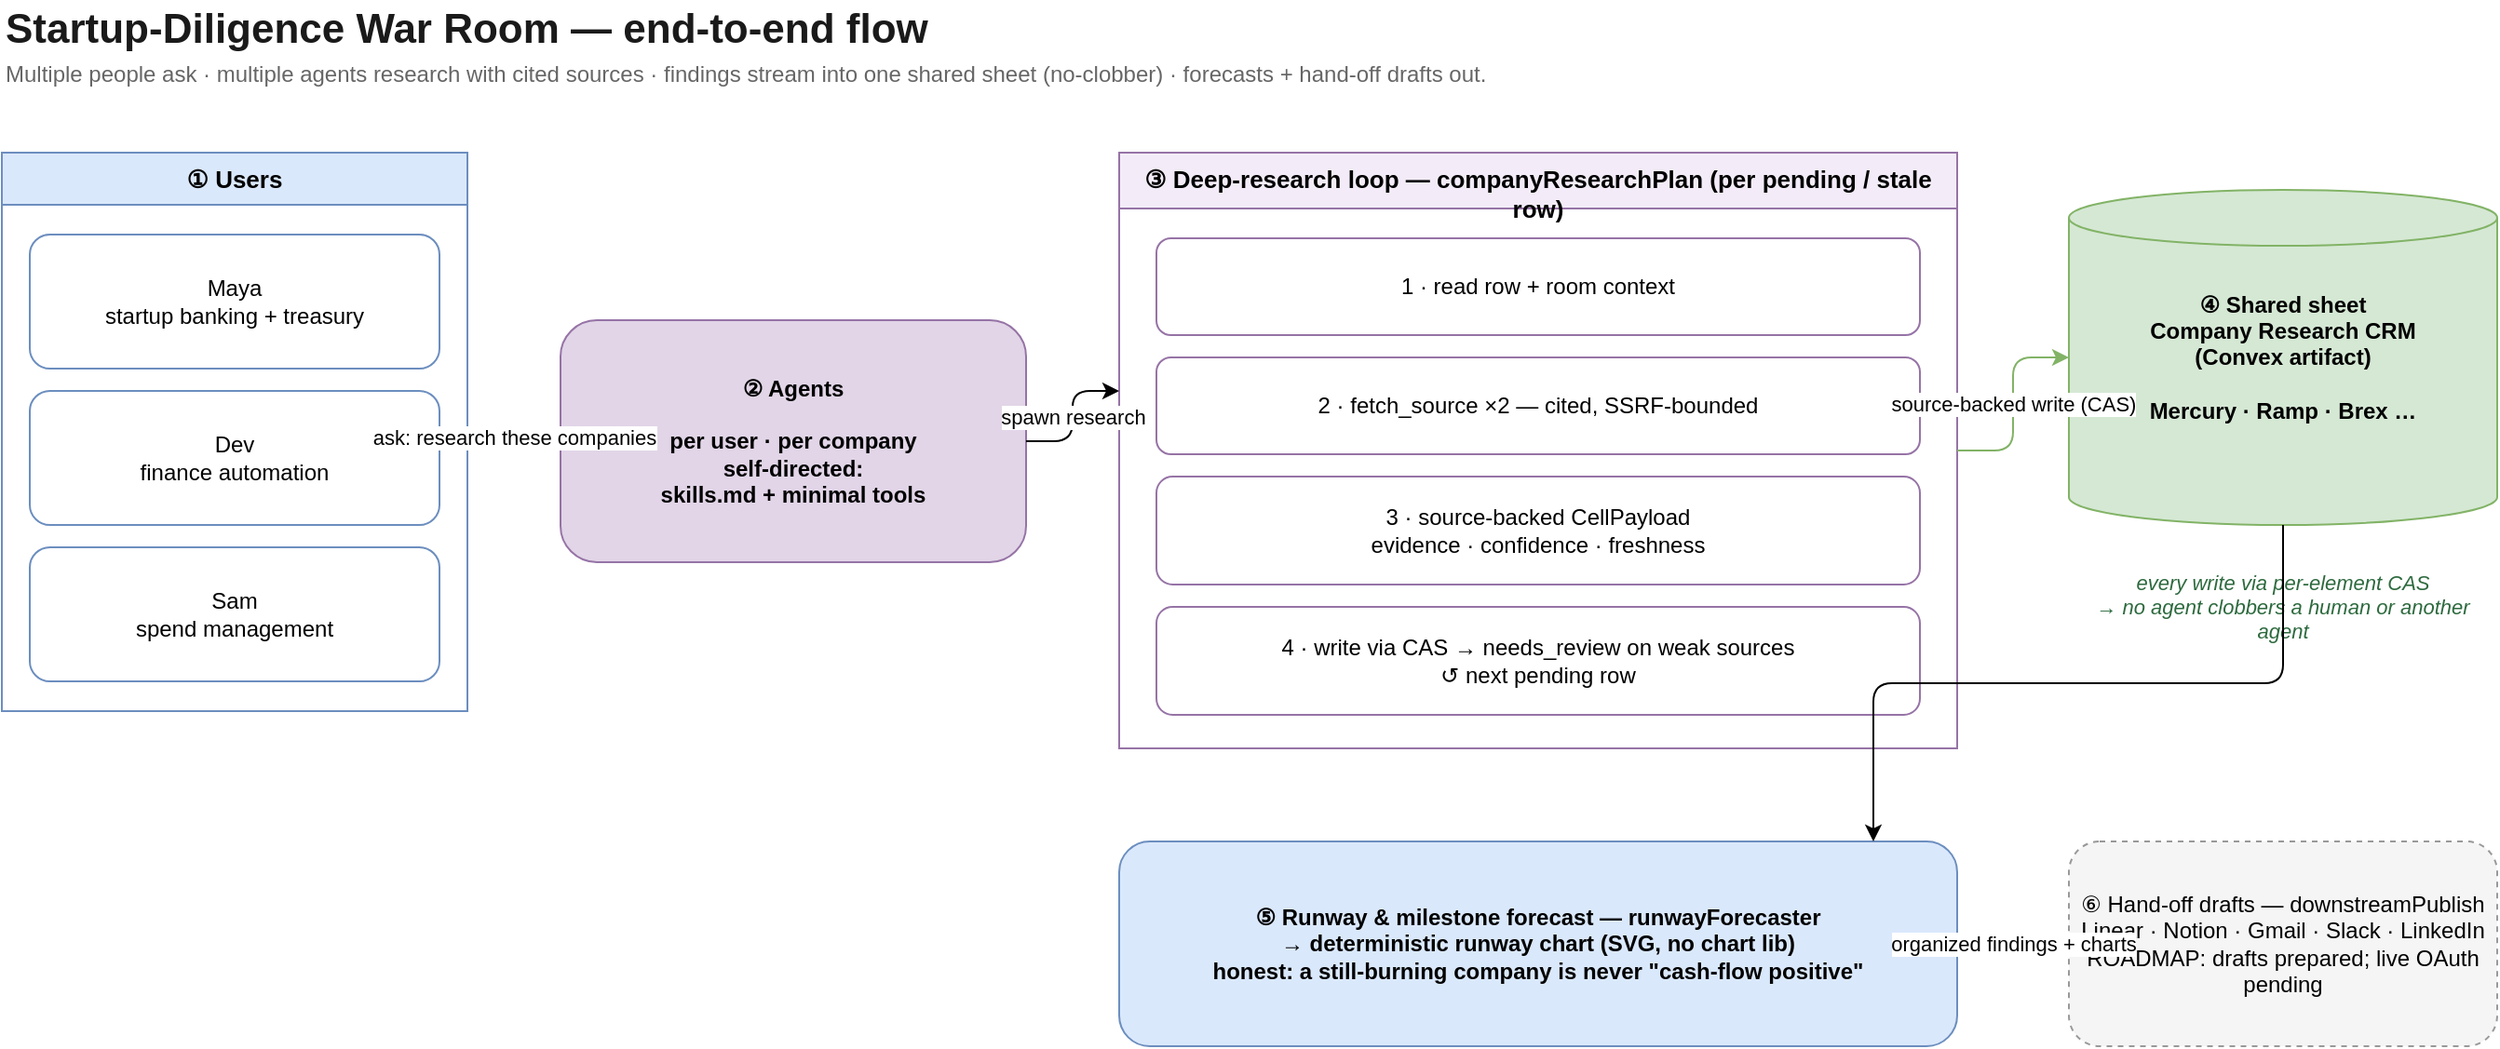
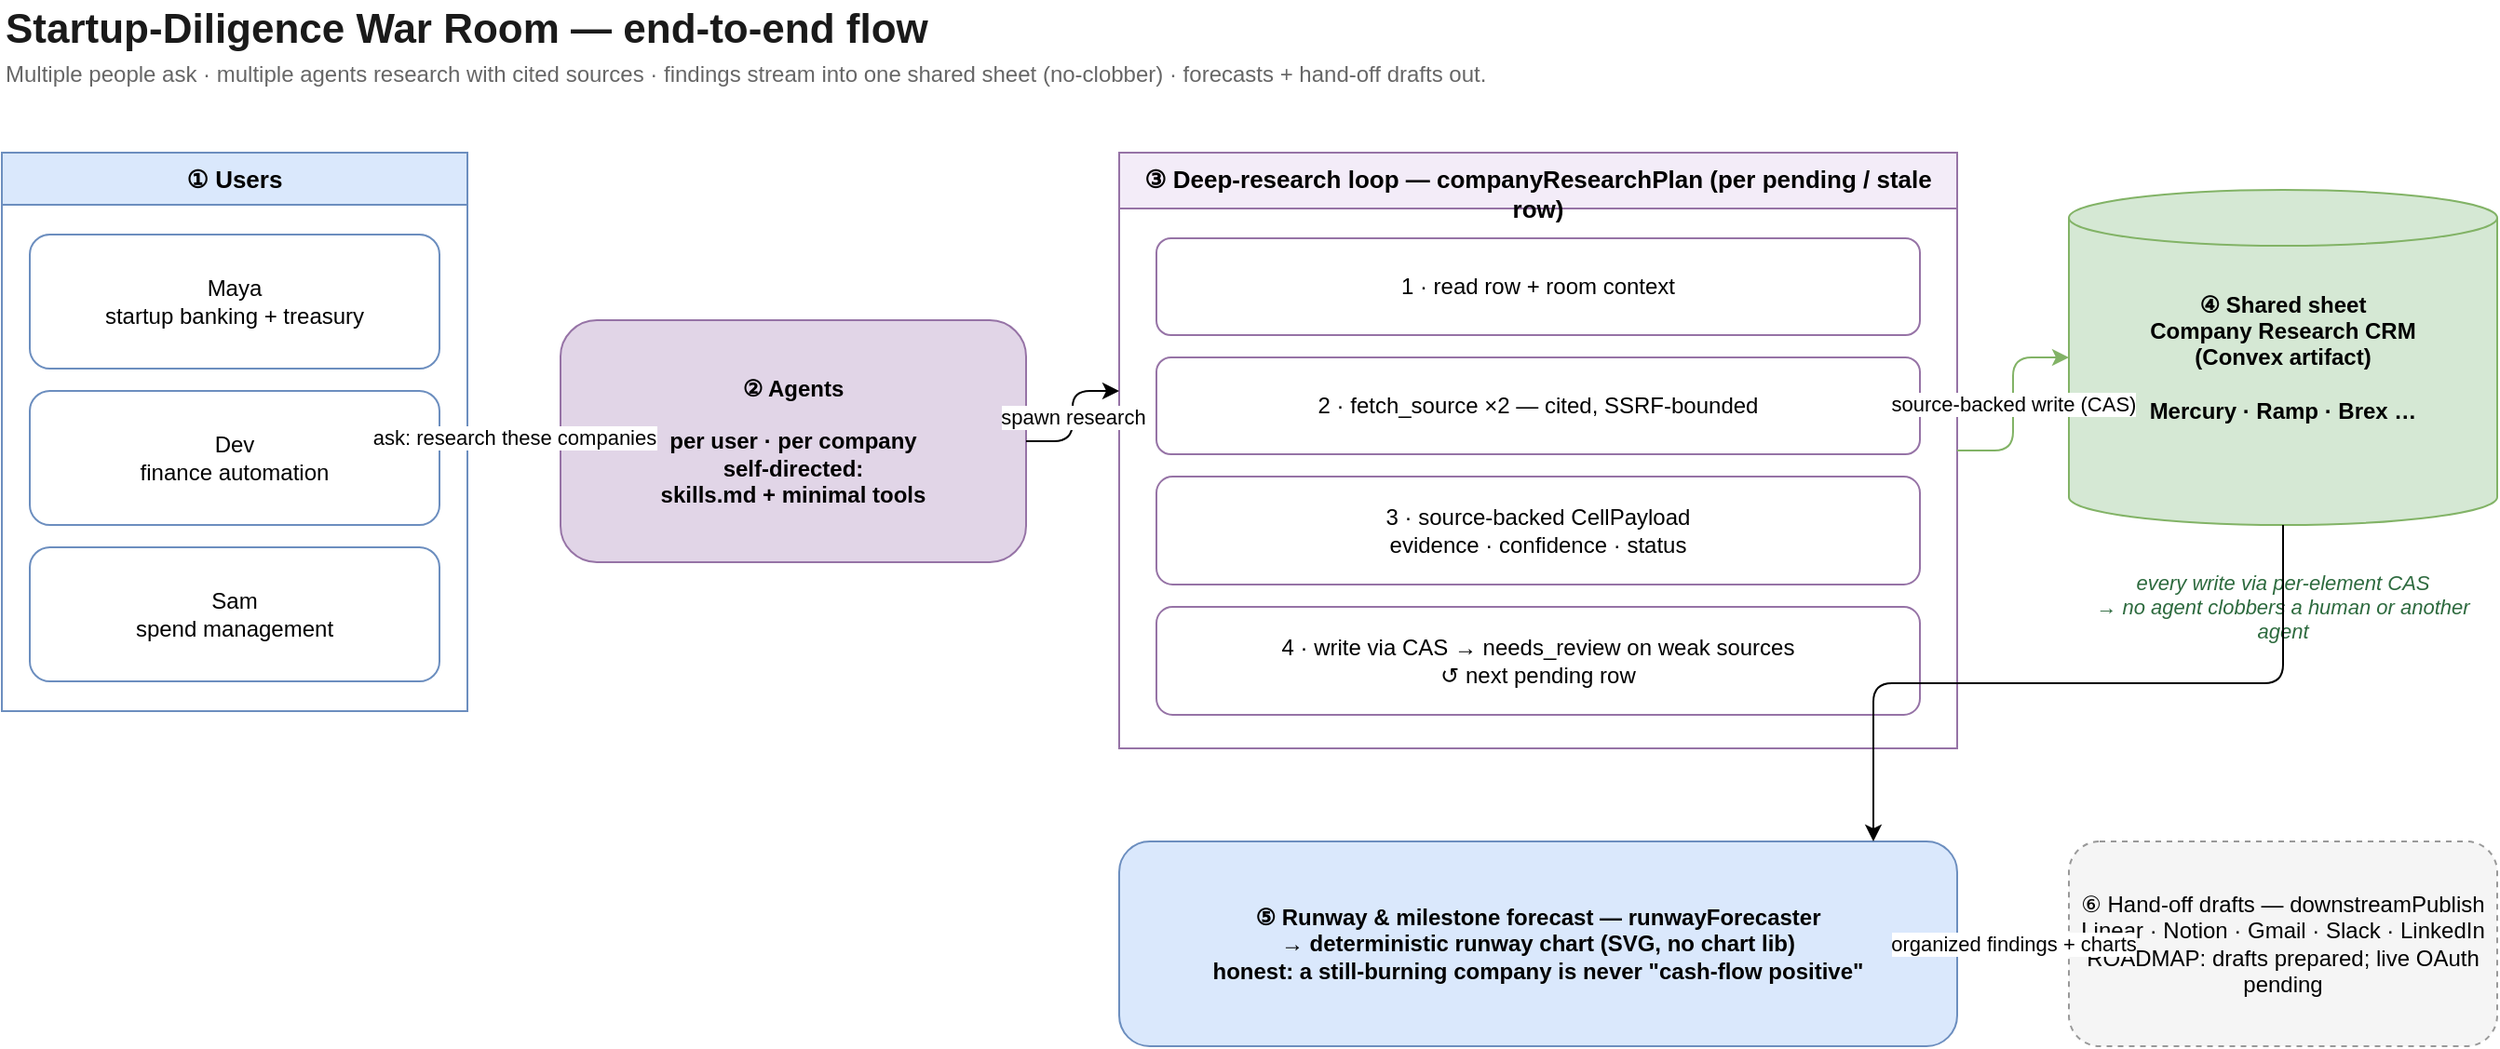
<?xml version="1.0" encoding="UTF-8"?>
<mxfile host="drawio" version="26.0.0">
  <diagram name="Diligence War Room">
    <mxGraphModel dx="1500" dy="900" grid="1" gridSize="10" guides="1" tooltips="1" connect="1" arrows="1" fold="1" page="1" pageScale="1" pageWidth="1420" pageHeight="650" math="0" shadow="0">
      <root>
        <mxCell id="0" />
        <mxCell id="1" parent="0" />

        <mxCell id="2" value="Startup-Diligence War Room — end-to-end flow" style="text;html=1;fontSize=22;fontStyle=1;align=left;verticalAlign=middle;fontColor=#1a1a1a;" vertex="1" parent="1">
          <mxGeometry x="40" y="18" width="900" height="32" as="geometry" />
        </mxCell>
        <mxCell id="3" value="Multiple people ask · multiple agents research with cited sources · findings stream into one shared sheet (no-clobber) · forecasts + hand-off drafts out." style="text;html=1;fontSize=12;align=left;verticalAlign=middle;fontColor=#666666;" vertex="1" parent="1">
          <mxGeometry x="40" y="48" width="1200" height="20" as="geometry" />
        </mxCell>

        <mxCell id="10" value="①  Users" style="swimlane;startSize=28;whiteSpace=wrap;html=1;fillColor=#dae8fc;strokeColor=#6c8ebf;fontSize=13;fontStyle=1;verticalAlign=top;" vertex="1" parent="1">
          <mxGeometry x="40" y="100" width="250" height="300" as="geometry" />
        </mxCell>
        <mxCell id="11" value="Maya&#xa;startup banking + treasury" style="rounded=1;whiteSpace=wrap;html=1;fillColor=#ffffff;strokeColor=#6c8ebf;fontSize=12;" vertex="1" parent="10">
          <mxGeometry x="15" y="44" width="220" height="72" as="geometry" />
        </mxCell>
        <mxCell id="12" value="Dev&#xa;finance automation" style="rounded=1;whiteSpace=wrap;html=1;fillColor=#ffffff;strokeColor=#6c8ebf;fontSize=12;" vertex="1" parent="10">
          <mxGeometry x="15" y="128" width="220" height="72" as="geometry" />
        </mxCell>
        <mxCell id="13" value="Sam&#xa;spend management" style="rounded=1;whiteSpace=wrap;html=1;fillColor=#ffffff;strokeColor=#6c8ebf;fontSize=12;" vertex="1" parent="10">
          <mxGeometry x="15" y="212" width="220" height="72" as="geometry" />
        </mxCell>

        <mxCell id="20" value="②  Agents&#xa;&#xa;per user · per company&#xa;self-directed:&#xa;skills.md + minimal tools" style="rounded=1;whiteSpace=wrap;html=1;fillColor=#e1d5e7;strokeColor=#9673a6;fontSize=12;fontStyle=1;verticalAlign=middle;" vertex="1" parent="1">
          <mxGeometry x="340" y="190" width="250" height="130" as="geometry" />
        </mxCell>

        <mxCell id="30" value="③  Deep-research loop — companyResearchPlan  (per pending / stale row)" style="swimlane;startSize=30;whiteSpace=wrap;html=1;fillColor=#f3ecf8;strokeColor=#9673a6;fontSize=13;fontStyle=1;verticalAlign=top;" vertex="1" parent="1">
          <mxGeometry x="640" y="100" width="450" height="320" as="geometry" />
        </mxCell>
        <mxCell id="31" value="1 · read row + room context" style="rounded=1;whiteSpace=wrap;html=1;fillColor=#ffffff;strokeColor=#9673a6;fontSize=12;" vertex="1" parent="30">
          <mxGeometry x="20" y="46" width="410" height="52" as="geometry" />
        </mxCell>
        <mxCell id="32" value="2 · fetch_source ×2 — cited, SSRF-bounded" style="rounded=1;whiteSpace=wrap;html=1;fillColor=#ffffff;strokeColor=#9673a6;fontSize=12;" vertex="1" parent="30">
          <mxGeometry x="20" y="110" width="410" height="52" as="geometry" />
        </mxCell>
-         <mxCell id="33" value="3 · source-backed CellPayload&#xa;evidence · confidence · freshness" style="rounded=1;whiteSpace=wrap;html=1;fillColor=#ffffff;strokeColor=#9673a6;fontSize=12;" vertex="1" parent="30">
+         <mxCell id="33" value="3 · source-backed CellPayload&#xa;evidence · confidence · status" style="rounded=1;whiteSpace=wrap;html=1;fillColor=#ffffff;strokeColor=#9673a6;fontSize=12;" vertex="1" parent="30">
          <mxGeometry x="20" y="174" width="410" height="58" as="geometry" />
        </mxCell>
        <mxCell id="34" value="4 · write via CAS → needs_review on weak sources&#xa;↺ next pending row" style="rounded=1;whiteSpace=wrap;html=1;fillColor=#ffffff;strokeColor=#9673a6;fontSize=12;" vertex="1" parent="30">
          <mxGeometry x="20" y="244" width="410" height="58" as="geometry" />
        </mxCell>

        <mxCell id="40" value="④  Shared sheet&#xa;Company Research CRM&#xa;(Convex artifact)&#xa;&#xa;Mercury · Ramp · Brex …" style="shape=cylinder3;whiteSpace=wrap;html=1;fillColor=#d5e8d4;strokeColor=#82b366;fontSize=12;fontStyle=1;" vertex="1" parent="1">
          <mxGeometry x="1150" y="120" width="230" height="180" as="geometry" />
        </mxCell>
        <mxCell id="41" value="every write via per-element CAS&#xa;→ no agent clobbers a human or another agent" style="text;html=1;align=center;verticalAlign=middle;whiteSpace=wrap;fontSize=11;fontColor=#2d6a3e;fontStyle=2;" vertex="1" parent="1">
          <mxGeometry x="1150" y="312" width="230" height="64" as="geometry" />
        </mxCell>

        <mxCell id="50" value="⑤  Runway &amp; milestone forecast — runwayForecaster&#xa;→ deterministic runway chart (SVG, no chart lib)&#xa;honest: a still-burning company is never &quot;cash-flow positive&quot;" style="rounded=1;whiteSpace=wrap;html=1;fillColor=#dae8fc;strokeColor=#6c8ebf;fontSize=12;fontStyle=1;" vertex="1" parent="1">
          <mxGeometry x="640" y="470" width="450" height="110" as="geometry" />
        </mxCell>
        <mxCell id="60" value="⑥  Hand-off drafts — downstreamPublish&#xa;Linear · Notion · Gmail · Slack · LinkedIn&#xa;ROADMAP: drafts prepared; live OAuth pending" style="rounded=1;whiteSpace=wrap;html=1;fillColor=#f5f5f5;strokeColor=#999999;dashed=1;fontSize=12;" vertex="1" parent="1">
          <mxGeometry x="1150" y="470" width="230" height="110" as="geometry" />
        </mxCell>

        <mxCell id="70" value="ask: research these companies" style="edgeStyle=orthogonalEdgeStyle;rounded=1;orthogonalLoop=1;jettySize=auto;html=1;fontSize=11;exitX=1;exitY=0.5;exitDx=0;exitDy=0;entryX=0;entryY=0.5;entryDx=0;entryDy=0;" edge="1" parent="1" source="10" target="20">
          <mxGeometry relative="1" as="geometry" />
        </mxCell>
        <mxCell id="71" value="spawn research" style="edgeStyle=orthogonalEdgeStyle;rounded=1;orthogonalLoop=1;jettySize=auto;html=1;fontSize=11;exitX=1;exitY=0.5;exitDx=0;exitDy=0;entryX=0;entryY=0.4;entryDx=0;entryDy=0;" edge="1" parent="1" source="20" target="30">
          <mxGeometry relative="1" as="geometry" />
        </mxCell>
        <mxCell id="72" value="source-backed write (CAS)" style="edgeStyle=orthogonalEdgeStyle;rounded=1;orthogonalLoop=1;jettySize=auto;html=1;fontSize=11;exitX=1;exitY=0.5;exitDx=0;exitDy=0;entryX=0;entryY=0.5;entryDx=0;entryDy=0;strokeColor=#82b366;" edge="1" parent="1" source="30" target="40">
          <mxGeometry relative="1" as="geometry" />
        </mxCell>
        <mxCell id="73" value="" style="edgeStyle=orthogonalEdgeStyle;rounded=1;orthogonalLoop=1;jettySize=auto;html=1;exitX=0.5;exitY=1;exitDx=0;exitDy=0;entryX=0.9;entryY=0;entryDx=0;entryDy=0;" edge="1" parent="1" source="40" target="50">
          <mxGeometry relative="1" as="geometry" />
        </mxCell>
        <mxCell id="74" value="organized findings + charts" style="edgeStyle=orthogonalEdgeStyle;rounded=1;orthogonalLoop=1;jettySize=auto;html=1;fontSize=11;exitX=1;exitY=0.5;exitDx=0;exitDy=0;entryX=0;entryY=0.5;entryDx=0;entryDy=0;" edge="1" parent="1" source="50" target="60">
          <mxGeometry relative="1" as="geometry" />
        </mxCell>
      </root>
    </mxGraphModel>
  </diagram>
</mxfile>
